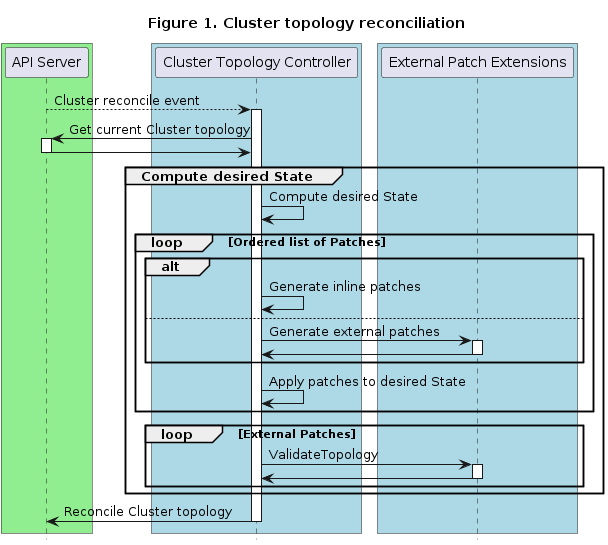
The PlantUML diagram docs/book/src/images/runtime-sdk-topology-mutation.png in kubernetes-sigs/cluster-api, before a commit.
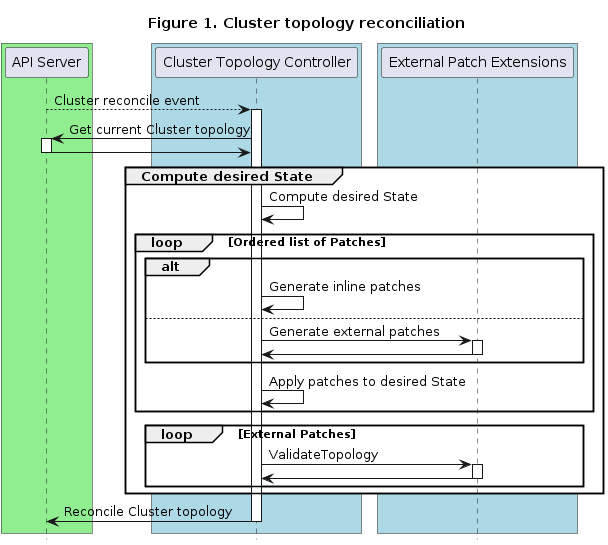
Later version of the same file.

Commit message:
Fix formatting for book plantuml image

The edit, as a diff of the source:
```diff
@@ -24,7 +24,7 @@
 "API Server" -> "Cluster Topology Controller":
 deactivate "API Server"
 
-group Compute desired State
+group #white Compute desired State
   "Cluster Topology Controller" -> "Cluster Topology Controller": Compute desired State
   loop Ordered list of Patches
     alt
```
